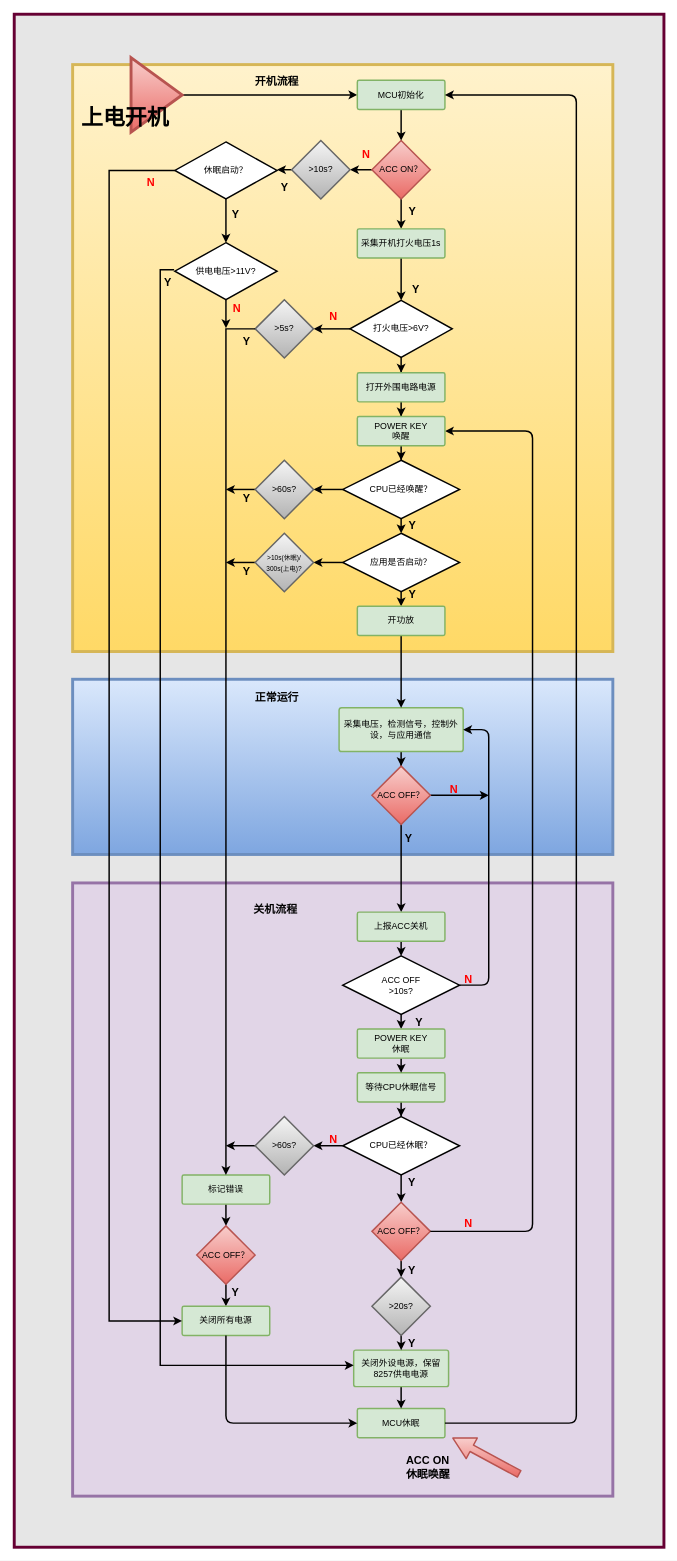
Before: page "第 1 页" (1 of 2) of 009休眠逻辑.drawio in yintianlan/Picture_Draw, a draw.io diagram. Source tidied: cells renumbered, new cells numbered last; positions are measured from the earlier drawing's top-left corner, leaving out a move shared by most shapes. Both pictures are drawn from the tidied source at 73%, with x=0, y=0 at pixel (14, 14).
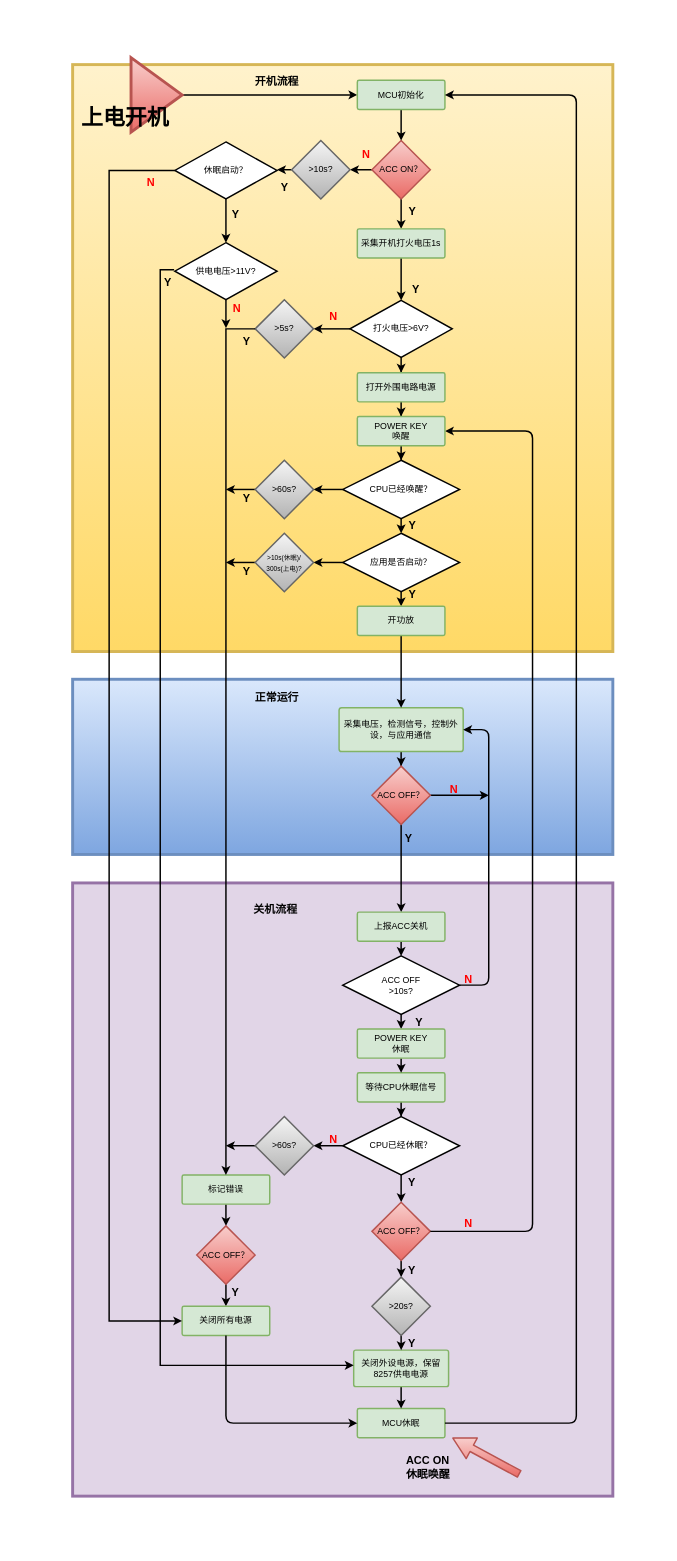
The same diagram, later.

What changed in the source:
```diff
@@
-    <mxCell id="2" style="rounded=0;whiteSpace=wrap;html=1;labelBackgroundColor=none;strokeColor=#660033;strokeWidth=4;fillColor=#E6E6E6;gradientColor=none;fontFamily=Helvetica;fontSize=15;align=center;" parent="1" vertex="1">
-      <mxGeometry width="890" height="2100" as="geometry" />
-    </mxCell>
```
